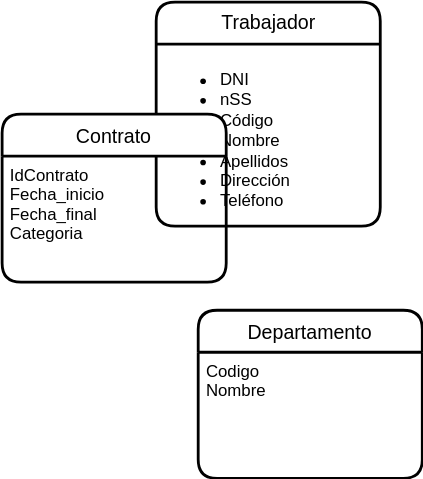
Jimxx22/C3-UD11-UML keeps this draw.io diagram as UD12-7.svg. Above is the earlier version. Source tidied: cells renumbered, new cells last; positions are measured from the earlier drawing's top-left corner, leaving out a move shared by most shapes.
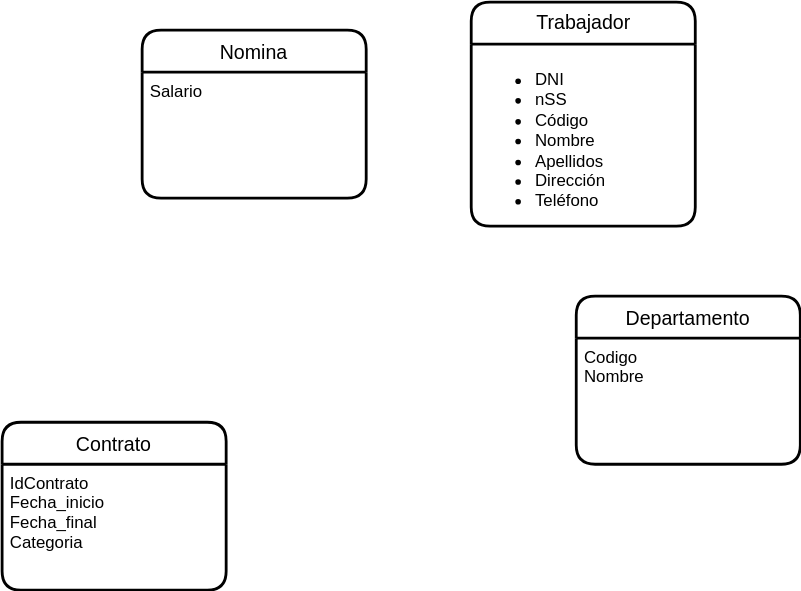
The same diagram one commit later.

Change to the diagram source:
```diff
@@ -3,22 +3,28 @@
     <mxCell id="0" />
     <mxCell id="1" parent="0" />
     <mxCell id="2" value="Trabajador" style="swimlane;horizontal=1;startSize=30;rounded=1;fontSize=14;fontStyle=0;strokeWidth=2;shadow=0;dashed=0;align=center;glass=0;labelBorderColor=none;fillColor=default;html=1;" parent="1" vertex="1">
-      <mxGeometry x="110" width="160" height="160" as="geometry" />
+      <mxGeometry x="285" width="160" height="160" as="geometry" />
     </mxCell>
     <mxCell id="3" value="&lt;ul&gt;&lt;li&gt;&lt;span style=&quot;background-color: initial;&quot;&gt;DNI&lt;/span&gt;&lt;br&gt;&lt;/li&gt;&lt;li&gt;nSS&lt;/li&gt;&lt;li&gt;Código&lt;/li&gt;&lt;li&gt;Nombre&lt;/li&gt;&lt;li&gt;Apellidos&lt;/li&gt;&lt;li&gt;Dirección&lt;/li&gt;&lt;li&gt;Teléfono&lt;/li&gt;&lt;/ul&gt;" style="align=left;strokeColor=none;fillColor=none;spacingLeft=4;fontSize=12;verticalAlign=top;rounded=0;glass=0;labelBorderColor=none;html=1;" parent="2" vertex="1">
       <mxGeometry y="30" width="160" height="130" as="geometry" />
     </mxCell>
     <mxCell id="4" value="Contrato" style="swimlane;horizontal=1;startSize=30;rounded=1;fontSize=14;fontStyle=0;strokeWidth=2;shadow=0;dashed=0;align=center;" parent="1" vertex="1">
-      <mxGeometry y="80" width="160" height="120" as="geometry" />
+      <mxGeometry x="-50" y="300" width="160" height="120" as="geometry" />
     </mxCell>
     <mxCell id="5" value="IdContrato&#10;Fecha_inicio&#10;Fecha_final&#10;Categoria" style="align=left;strokeColor=none;fillColor=none;spacingLeft=4;fontSize=12;verticalAlign=top;" parent="4" vertex="1">
       <mxGeometry y="30" width="160" height="90" as="geometry" />
     </mxCell>
     <mxCell id="6" value="Departamento" style="swimlane;horizontal=1;startSize=30;rounded=1;fontSize=14;fontStyle=0;strokeWidth=2;shadow=0;dashed=0;align=center;html=0;" parent="1" vertex="1">
-      <mxGeometry x="140" y="220" width="160" height="120" as="geometry" />
+      <mxGeometry x="360" y="210" width="160" height="120" as="geometry" />
     </mxCell>
     <mxCell id="7" value="Codigo&#10;Nombre&#10;" style="align=left;strokeColor=none;fillColor=none;spacingLeft=4;fontSize=12;verticalAlign=top;html=0;" parent="6" vertex="1">
       <mxGeometry y="30" width="160" height="90" as="geometry" />
     </mxCell>
+    <mxCell id="8" value="Nomina" style="swimlane;horizontal=1;startSize=30;rounded=1;fontSize=14;fontStyle=0;strokeWidth=2;shadow=0;dashed=0;align=center;" parent="1" vertex="1">
+      <mxGeometry x="50" y="20" width="160" height="120" as="geometry" />
+    </mxCell>
+    <mxCell id="9" value="Salario" style="align=left;strokeColor=none;fillColor=none;spacingLeft=4;fontSize=12;verticalAlign=top;" parent="8" vertex="1">
+      <mxGeometry y="30" width="160" height="90" as="geometry" />
+    </mxCell>
   </root>
 </mxGraphModel>
```
